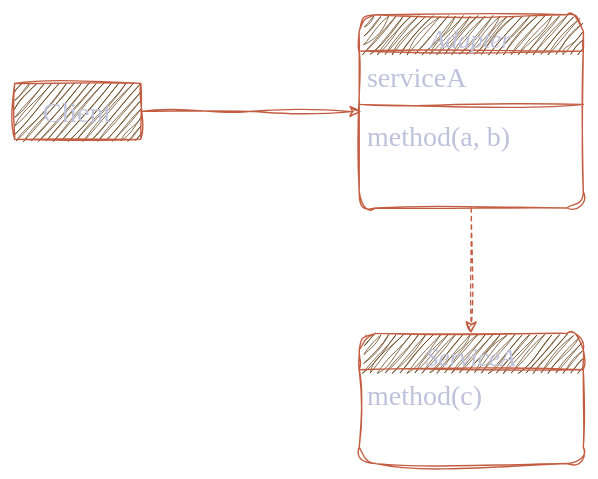
The draw.io diagram design/structural/image/Adapter.svg in kirillvelichko/patterns, before a commit. Source tidied: cells renumbered, new cells last; positions are measured from the earlier drawing's top-left corner, leaving out a move shared by most shapes.
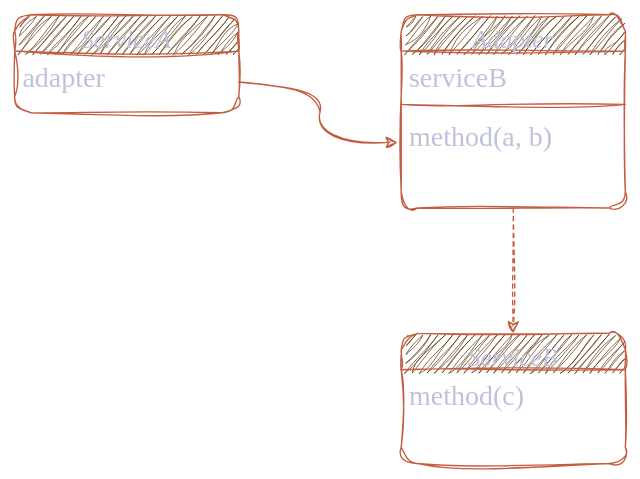
The same file after the commit.

What changed in the source:
```diff
@@ -2,16 +2,13 @@
   <root>
     <mxCell id="0" />
     <mxCell id="1" parent="0" />
-    <mxCell id="2" value="Client" style="rounded=0;whiteSpace=wrap;html=1;sketch=1;hachureGap=4;jiggle=2;curveFitting=1;fontFamily=Architects Daughter;fontSource=https%3A%2F%2Ffonts.googleapis.com%2Fcss%3Ffamily%3DArchitects%2BDaughter;fontSize=20;labelBackgroundColor=none;fillColor=#F2CC8F;strokeColor=#E07A5F;fontColor=#393C56;" parent="1" vertex="1">
-      <mxGeometry y="49" width="90" height="40" as="geometry" />
-    </mxCell>
     <mxCell id="3" style="edgeStyle=orthogonalEdgeStyle;rounded=0;sketch=1;hachureGap=4;jiggle=2;curveFitting=1;jettySize=auto;html=1;entryX=0.5;entryY=0;entryDx=0;entryDy=0;strokeColor=#E07A5F;fontFamily=Architects Daughter;fontSource=https%3A%2F%2Ffonts.googleapis.com%2Fcss%3Ffamily%3DArchitects%2BDaughter;fontSize=16;fontColor=#393C56;fillColor=#F2CC8F;dashed=1;" parent="1" edge="1" source="4" target="8">
       <mxGeometry relative="1" as="geometry" />
     </mxCell>
     <mxCell id="4" value="Adapter" style="swimlane;fontStyle=2;align=center;verticalAlign=top;horizontal=1;startSize=26;rounded=1;shadow=0;strokeWidth=1;labelBackgroundColor=none;fillColor=#F2CC8F;strokeColor=#E07A5F;fontColor=#393C56;sketch=1;curveFitting=1;jiggle=2;hachureGap=4;fontFamily=Architects Daughter;fontSource=https%3A%2F%2Ffonts.googleapis.com%2Fcss%3Ffamily%3DArchitects%2BDaughter;fontSize=18;" parent="1" vertex="1">
       <mxGeometry x="246" width="160" height="138" as="geometry" />
     </mxCell>
-    <mxCell id="5" value="serviceA" style="text;align=left;verticalAlign=top;spacingLeft=4;spacingRight=4;overflow=hidden;labelBackgroundColor=none;rounded=1;fontColor=#393C56;sketch=1;curveFitting=1;jiggle=2;fontSize=20;fontFamily=Architects Daughter;" parent="4" vertex="1">
+    <mxCell id="5" value="serviceB" style="text;align=left;verticalAlign=top;spacingLeft=4;spacingRight=4;overflow=hidden;labelBackgroundColor=none;rounded=1;fontColor=#393C56;sketch=1;curveFitting=1;jiggle=2;fontSize=20;fontFamily=Architects Daughter;" parent="4" vertex="1">
       <mxGeometry y="26" width="160" height="34" as="geometry" />
     </mxCell>
     <mxCell id="6" style="line;html=1;strokeWidth=1;align=left;verticalAlign=middle;spacingTop=-1;spacingLeft=3;spacingRight=3;labelPosition=right;labelBackgroundColor=none;rounded=1;fillColor=#F2CC8F;strokeColor=#E07A5F;fontColor=#393C56;sketch=1;curveFitting=1;jiggle=2;hachureGap=4;fontFamily=Architects Daughter;fontSource=https%3A%2F%2Ffonts.googleapis.com%2Fcss%3Ffamily%3DArchitects%2BDaughter;fontSize=20;" parent="4" vertex="1">
@@ -20,14 +17,20 @@
     <mxCell id="7" value="method(a, b)" style="text;align=left;verticalAlign=top;spacingLeft=4;spacingRight=4;overflow=hidden;points=[[0,0.5],[1,0.5]];portConstraint=eastwest;labelBackgroundColor=none;rounded=1;fontColor=#393C56;sketch=1;curveFitting=1;jiggle=2;fontSize=20;fontFamily=Architects Daughter;" parent="4" vertex="1">
       <mxGeometry y="68" width="160" height="26" as="geometry" />
     </mxCell>
-    <mxCell id="8" value="ServiceA" style="swimlane;fontStyle=2;align=center;verticalAlign=top;horizontal=1;startSize=26;rounded=1;shadow=0;strokeWidth=1;labelBackgroundColor=none;fillColor=#F2CC8F;strokeColor=#E07A5F;fontColor=#393C56;sketch=1;curveFitting=1;jiggle=2;hachureGap=4;fontFamily=Architects Daughter;fontSource=https%3A%2F%2Ffonts.googleapis.com%2Fcss%3Ffamily%3DArchitects%2BDaughter;fontSize=18;" parent="1" vertex="1">
+    <mxCell id="8" value="ServiceB" style="swimlane;fontStyle=2;align=center;verticalAlign=top;horizontal=1;startSize=26;rounded=1;shadow=0;strokeWidth=1;labelBackgroundColor=none;fillColor=#F2CC8F;strokeColor=#E07A5F;fontColor=#393C56;sketch=1;curveFitting=1;jiggle=2;hachureGap=4;fontFamily=Architects Daughter;fontSource=https%3A%2F%2Ffonts.googleapis.com%2Fcss%3Ffamily%3DArchitects%2BDaughter;fontSize=18;" parent="1" vertex="1">
       <mxGeometry x="246" y="227.5" width="160" height="93" as="geometry" />
     </mxCell>
     <mxCell id="9" value="method(c)" style="text;align=left;verticalAlign=top;spacingLeft=4;spacingRight=4;overflow=hidden;labelBackgroundColor=none;rounded=1;fontColor=#393C56;sketch=1;curveFitting=1;jiggle=2;fontSize=20;fontFamily=Architects Daughter;" parent="8" vertex="1">
       <mxGeometry y="26" width="160" height="26" as="geometry" />
     </mxCell>
-    <mxCell id="10" style="edgeStyle=orthogonalEdgeStyle;rounded=0;sketch=1;hachureGap=4;jiggle=2;curveFitting=1;jettySize=auto;html=1;entryX=0.01;entryY=0.045;entryDx=0;entryDy=0;entryPerimeter=0;strokeColor=#E07A5F;fontFamily=Architects Daughter;fontSource=https%3A%2F%2Ffonts.googleapis.com%2Fcss%3Ffamily%3DArchitects%2BDaughter;fontSize=16;fontColor=#393C56;fillColor=#F2CC8F;" parent="1" edge="1" source="2" target="7">
-      <mxGeometry relative="1" as="geometry" />
-    </mxCell>
+    <mxCell id="11" value="ServiceA" style="swimlane;fontStyle=2;align=center;verticalAlign=top;horizontal=1;startSize=26;rounded=1;shadow=0;strokeWidth=1;labelBackgroundColor=none;fillColor=#F2CC8F;strokeColor=#E07A5F;fontColor=#393C56;sketch=1;curveFitting=1;jiggle=2;hachureGap=4;fontFamily=Architects Daughter;fontSource=https%3A%2F%2Ffonts.googleapis.com%2Fcss%3Ffamily%3DArchitects%2BDaughter;fontSize=18;" parent="1" vertex="1">
+      <mxGeometry x="-30" width="160" height="70" as="geometry" />
+    </mxCell>
+    <mxCell id="12" value="adapter" style="text;align=left;verticalAlign=top;spacingLeft=4;spacingRight=4;overflow=hidden;points=[[0,0.5],[1,0.5]];portConstraint=eastwest;labelBackgroundColor=none;rounded=1;fontColor=#393C56;sketch=1;curveFitting=1;jiggle=2;fontSize=20;fontFamily=Architects Daughter;" parent="11" vertex="1">
+      <mxGeometry y="26" width="160" height="44" as="geometry" />
+    </mxCell>
+    <mxCell id="13" style="edgeStyle=orthogonalEdgeStyle;rounded=0;sketch=1;hachureGap=4;jiggle=2;curveFitting=1;jettySize=auto;html=1;strokeColor=#E07A5F;fontFamily=Architects Daughter;fontSource=https%3A%2F%2Ffonts.googleapis.com%2Fcss%3Ffamily%3DArchitects%2BDaughter;fontSize=16;fontColor=#393C56;fillColor=#F2CC8F;entryX=-0.016;entryY=0.89;entryDx=0;entryDy=0;entryPerimeter=0;curved=1;" parent="1" edge="1" source="12" target="7">
+      <mxGeometry relative="1" as="geometry" />
+    </mxCell>
   </root>
 </mxGraphModel>
```
